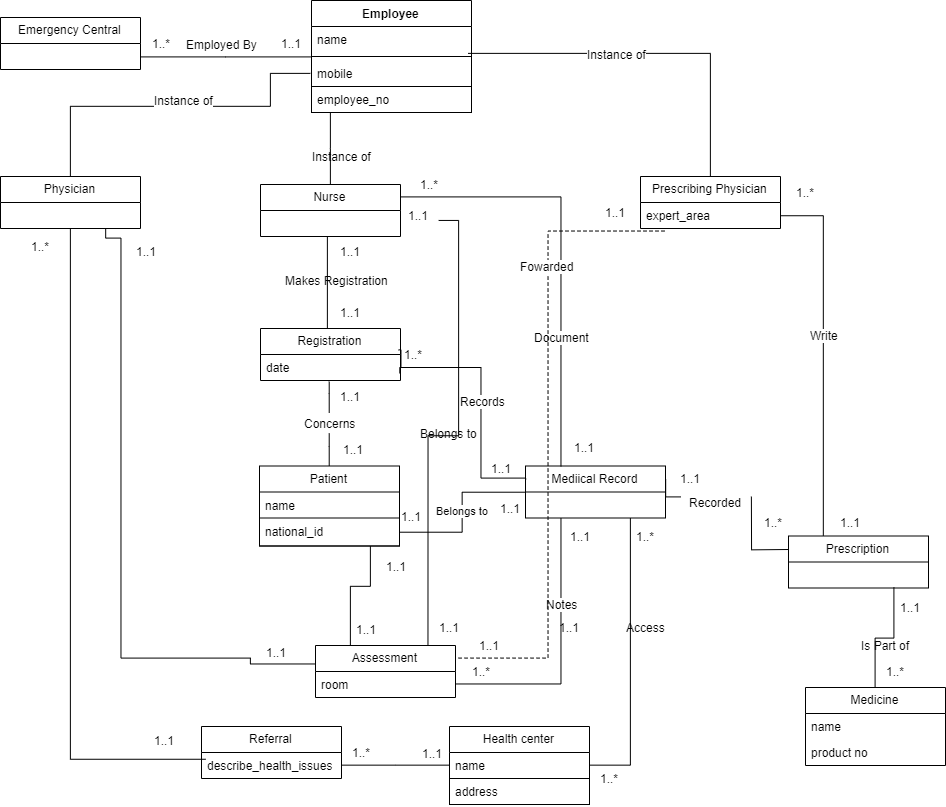
Earlier version of the draw.io export mod-t-2.png (kestersimm/drawio). Source tidied: cells renumbered, new cells last; positions are measured from the earlier drawing's top-left corner, leaving out a move shared by most shapes.
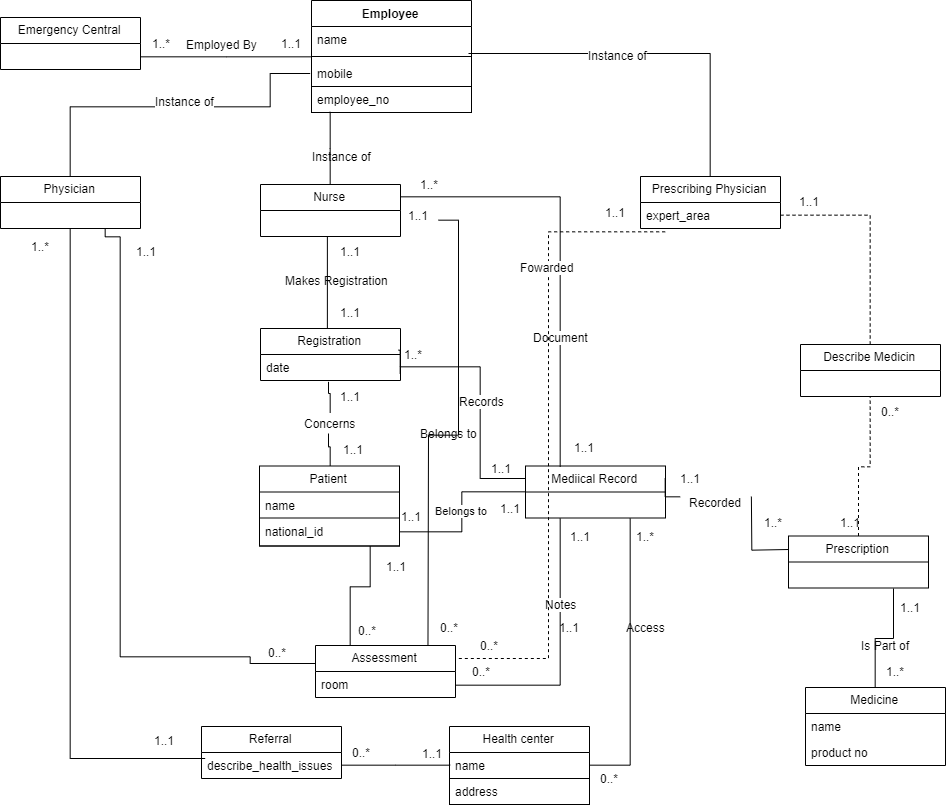
The same file after the commit.

What changed in the source:
```diff
@@ -57,7 +57,7 @@
         </Array>
       </mxGeometry>
     </mxCell>
-    <mxCell id="15" value="1..1" style="text;html=1;align=center;verticalAlign=middle;labelBackgroundColor=#ffffff;" parent="14" vertex="1">
+    <mxCell id="15" value="0..*" style="text;html=1;align=center;verticalAlign=middle;labelBackgroundColor=#ffffff;" parent="14" vertex="1">
       <mxGeometry x="0.84" y="8" relative="1" as="geometry">
         <mxPoint x="11" y="-4" as="offset" />
       </mxGeometry>
@@ -149,7 +149,7 @@
         </Array>
       </mxGeometry>
     </mxCell>
-    <mxCell id="42" value="1..1" style="text;html=1;align=center;verticalAlign=middle;labelBackgroundColor=#ffffff;" parent="41" vertex="1">
+    <mxCell id="42" value="0..*" style="text;html=1;align=center;verticalAlign=middle;labelBackgroundColor=#ffffff;" parent="41" vertex="1">
       <mxGeometry x="0.02" y="-34" relative="1" as="geometry">
         <mxPoint x="13" y="9" as="offset" />
       </mxGeometry>
@@ -160,8 +160,8 @@
     <mxCell id="44" value="room" style="text;strokeColor=none;fillColor=none;align=left;verticalAlign=top;spacingLeft=4;spacingRight=4;overflow=hidden;points=[[0,0.5],[1,0.5]];portConstraint=eastwest;" parent="43" vertex="1">
       <mxGeometry y="26" width="140" height="26" as="geometry" />
     </mxCell>
-    <mxCell id="45" value="1..1" style="text;html=1;align=center;verticalAlign=middle;" parent="1" vertex="1">
-      <mxGeometry x="429" y="617" width="40" height="20" as="geometry" />
+    <mxCell id="45" value="0..*" style="text;html=1;align=center;verticalAlign=middle;" parent="1" vertex="1">
+      <mxGeometry x="434" y="617" width="30" height="20" as="geometry" />
     </mxCell>
     <mxCell id="46" value="1..1" style="text;html=1;align=center;verticalAlign=middle;" parent="1" vertex="1">
       <mxGeometry x="549" y="617" width="40" height="20" as="geometry" />
@@ -231,7 +231,7 @@
     <mxCell id="65" value="Records" style="text;html=1;align=center;verticalAlign=middle;labelBackgroundColor=#ffffff;" parent="64" vertex="1">
       <mxGeometry x="0.01" y="-1" relative="1" as="geometry" />
     </mxCell>
-    <mxCell id="66" value="1..*" style="text;html=1;align=center;verticalAlign=middle;" parent="1" vertex="1">
+    <mxCell id="66" value="0..*" style="text;html=1;align=center;verticalAlign=middle;" parent="1" vertex="1">
       <mxGeometry x="466" y="661" width="30" height="20" as="geometry" />
     </mxCell>
     <mxCell id="67" value="1..1" style="text;html=1;align=center;verticalAlign=middle;" parent="1" vertex="1">
@@ -249,7 +249,7 @@
     <mxCell id="71" style="edgeStyle=orthogonalEdgeStyle;rounded=0;jettySize=auto;html=1;entryX=0;entryY=0.5;entryDx=0;entryDy=0;endArrow=none;endFill=0;" parent="1" edge="1" source="50" target="54">
       <mxGeometry relative="1" as="geometry" />
     </mxCell>
-    <mxCell id="72" value="1..*" style="text;html=1;align=center;verticalAlign=middle;" parent="1" vertex="1">
+    <mxCell id="72" value="0..*" style="text;html=1;align=center;verticalAlign=middle;" parent="1" vertex="1">
       <mxGeometry x="346" y="742" width="30" height="20" as="geometry" />
     </mxCell>
     <mxCell id="73" value="1..1" style="text;html=1;align=center;verticalAlign=middle;" parent="1" vertex="1">
@@ -261,27 +261,21 @@
     <mxCell id="75" value="1..*" style="text;html=1;align=center;verticalAlign=middle;" parent="1" vertex="1">
       <mxGeometry x="630" y="525.5" width="30" height="20" as="geometry" />
     </mxCell>
-    <mxCell id="76" value="1..*" style="text;html=1;align=center;verticalAlign=middle;" parent="1" vertex="1">
+    <mxCell id="76" value="0..*" style="text;html=1;align=center;verticalAlign=middle;" parent="1" vertex="1">
       <mxGeometry x="594" y="768" width="30" height="20" as="geometry" />
     </mxCell>
     <mxCell id="77" value="Instance of" style="text;html=1;align=center;verticalAlign=middle;" parent="1" vertex="1">
       <mxGeometry x="306" y="146" width="70" height="20" as="geometry" />
     </mxCell>
-    <mxCell id="78" style="edgeStyle=orthogonalEdgeStyle;rounded=0;jettySize=auto;html=1;exitX=0.25;exitY=0;exitDx=0;exitDy=0;endArrow=none;endFill=0;" parent="1" edge="1" source="81" target="27">
-      <mxGeometry relative="1" as="geometry" />
-    </mxCell>
-    <mxCell id="79" value="Write" style="text;html=1;align=center;verticalAlign=middle;labelBackgroundColor=#ffffff;" parent="78" vertex="1">
-      <mxGeometry x="0.11" y="-1" relative="1" as="geometry" />
-    </mxCell>
     <mxCell id="80" style="edgeStyle=orthogonalEdgeStyle;rounded=0;jettySize=auto;html=1;exitX=0;exitY=0.25;exitDx=0;exitDy=0;entryX=1;entryY=0.25;entryDx=0;entryDy=0;endArrow=none;endFill=0;" parent="1" edge="1" source="91" target="58">
       <mxGeometry relative="1" as="geometry" />
     </mxCell>
+    <mxCell id="102" style="edgeStyle=orthogonalEdgeStyle;rounded=0;jettySize=auto;html=1;dashed=1;endArrow=none;endFill=0;entryX=0.5;entryY=1;entryDx=0;entryDy=0;" parent="1" edge="1" source="81" target="103">
+      <mxGeometry relative="1" as="geometry" />
+    </mxCell>
     <mxCell id="81" value="Prescription" style="swimlane;fontStyle=0;horizontal=1;startSize=26;fillColor=none;" parent="1" vertex="1">
       <mxGeometry x="788" y="535.5" width="140" height="52" as="geometry" />
     </mxCell>
-    <mxCell id="82" value="1..*" style="text;html=1;align=center;verticalAlign=middle;" parent="1" vertex="1">
-      <mxGeometry x="790" y="182" width="30" height="20" as="geometry" />
-    </mxCell>
     <mxCell id="83" value="1..1" style="text;html=1;align=center;verticalAlign=middle;" parent="1" vertex="1">
       <mxGeometry x="830" y="511.5" width="40" height="20" as="geometry" />
     </mxCell>
@@ -341,8 +335,20 @@
     <mxCell id="100" value="1..1" style="text;html=1;align=center;verticalAlign=middle;" parent="1" vertex="1">
       <mxGeometry x="595" y="202" width="40" height="20" as="geometry" />
     </mxCell>
-    <mxCell id="101" value="1..1" style="text;html=1;align=center;verticalAlign=middle;" parent="1" vertex="1">
-      <mxGeometry x="469" y="635" width="40" height="20" as="geometry" />
+    <mxCell id="101" value="0..*" style="text;html=1;align=center;verticalAlign=middle;" parent="1" vertex="1">
+      <mxGeometry x="474" y="635" width="30" height="20" as="geometry" />
     </mxCell>
+    <mxCell id="103" value="Describe Medicin" style="swimlane;fontStyle=0;horizontal=1;startSize=26;fillColor=none;" parent="1" vertex="1">
+      <mxGeometry x="800" y="344" width="140" height="52" as="geometry" />
+    </mxCell>
+    <mxCell id="104" value="0..*" style="text;html=1;align=center;verticalAlign=middle;" parent="1" vertex="1">
+      <mxGeometry x="875" y="401" width="30" height="20" as="geometry" />
+    </mxCell>
+    <mxCell id="105" style="edgeStyle=orthogonalEdgeStyle;rounded=0;jettySize=auto;html=1;entryX=0.5;entryY=0;entryDx=0;entryDy=0;dashed=1;endArrow=none;endFill=0;" parent="1" edge="1" source="27" target="103">
+      <mxGeometry relative="1" as="geometry" />
+    </mxCell>
+    <mxCell id="106" value="1..1" style="text;html=1;align=center;verticalAlign=middle;labelBackgroundColor=#ffffff;" parent="105" vertex="1">
+      <mxGeometry x="-0.75" y="15" relative="1" as="geometry" />
+    </mxCell>
   </root>
 </mxGraphModel>
```
